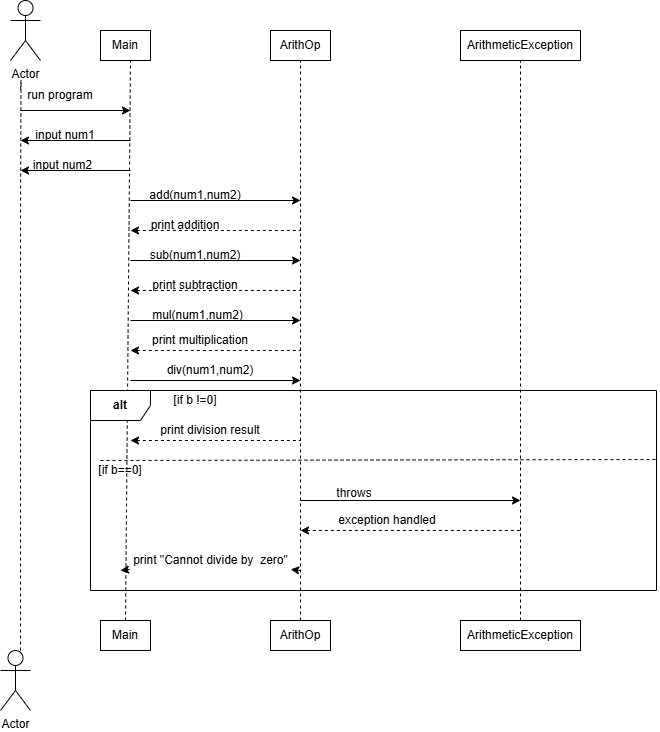
The draw.io diagram last 5.drawio.png in rajlaxmi8327/java--lab, before a commit. Source tidied: cells renumbered, new cells last; positions are measured from the earlier drawing's top-left corner, leaving out a move shared by most shapes.
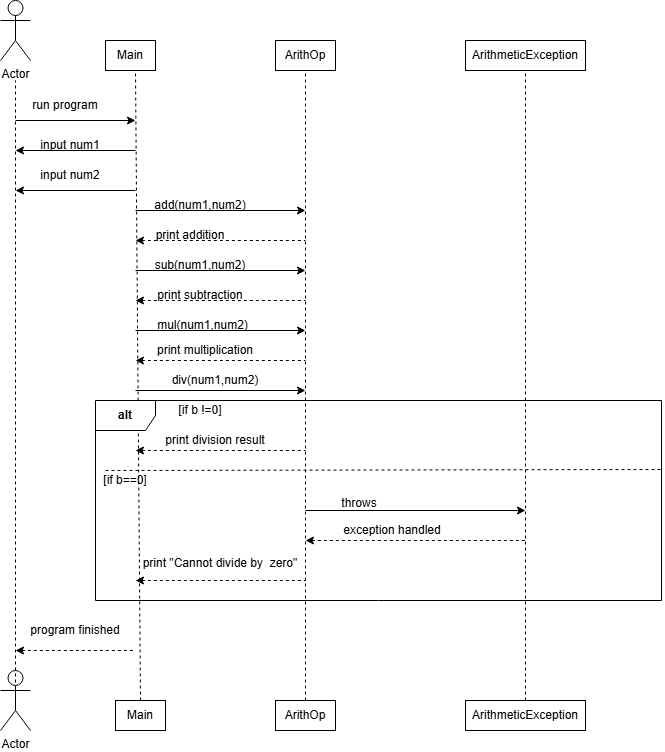
The same diagram one commit later.

Diff of the diagram source:
```diff
@@ -3,7 +3,7 @@
     <mxCell id="0" />
     <mxCell id="1" parent="0" />
     <mxCell id="2" value="Actor" style="shape=umlActor;verticalLabelPosition=bottom;verticalAlign=top;html=1;" parent="1" vertex="1">
-      <mxGeometry x="10" width="30" height="60" as="geometry" />
+      <mxGeometry x="-5" y="-10" width="30" height="60" as="geometry" />
     </mxCell>
     <mxCell id="3" value="Main" style="rounded=0;whiteSpace=wrap;html=1;" parent="1" vertex="1">
       <mxGeometry x="100" y="30" width="50" height="30" as="geometry" />
@@ -11,22 +11,12 @@
     <mxCell id="4" value="ArithOp" style="rounded=0;whiteSpace=wrap;html=1;" parent="1" vertex="1">
       <mxGeometry x="270" y="30" width="60" height="30" as="geometry" />
     </mxCell>
-    <mxCell id="5" style="endArrow=none;dashed=1;html=1;rounded=0;" parent="1" edge="1">
-      <mxGeometry relative="1" as="geometry">
-        <mxPoint x="20" y="650" as="sourcePoint" />
-        <mxPoint x="20" y="90" as="targetPoint" />
-        <Array as="points">
-          <mxPoint x="20" y="220" />
-          <mxPoint x="20.5" y="80" />
-        </Array>
-      </mxGeometry>
-    </mxCell>
     <mxCell id="6" value="run program" style="text;html=1;whiteSpace=wrap;strokeColor=none;fillColor=none;align=center;verticalAlign=middle;rounded=0;" parent="1" vertex="1">
       <mxGeometry x="20" y="80" width="80" height="30" as="geometry" />
     </mxCell>
     <mxCell id="7" style="endArrow=classic;html=1;rounded=0;" parent="1" edge="1">
       <mxGeometry relative="1" as="geometry">
-        <mxPoint x="20" y="110" as="sourcePoint" />
+        <mxPoint x="10" y="110" as="sourcePoint" />
         <mxPoint x="130" y="110" as="targetPoint" />
       </mxGeometry>
     </mxCell>
@@ -36,18 +26,9 @@
     <mxCell id="9" style="endArrow=classic;html=1;rounded=0;" parent="1" edge="1">
       <mxGeometry relative="1" as="geometry">
         <mxPoint x="130" y="140" as="sourcePoint" />
-        <mxPoint x="20" y="140" as="targetPoint" />
+        <mxPoint x="10" y="140" as="targetPoint" />
       </mxGeometry>
     </mxCell>
-    <mxCell id="10" value="input num2" style="text;html=1;whiteSpace=wrap;strokeColor=none;fillColor=none;align=center;verticalAlign=middle;rounded=0;" parent="1" vertex="1">
-      <mxGeometry x="25" y="150" width="75" height="30" as="geometry" />
-    </mxCell>
-    <mxCell id="11" style="endArrow=classic;html=1;rounded=0;" parent="1" edge="1">
-      <mxGeometry relative="1" as="geometry">
-        <mxPoint x="130" y="170" as="sourcePoint" />
-        <mxPoint x="20" y="170" as="targetPoint" />
-      </mxGeometry>
-    </mxCell>
     <mxCell id="12" style="endArrow=none;dashed=1;html=1;rounded=0;exitX=0.5;exitY=0;exitDx=0;exitDy=0;" parent="1" edge="1" source="35">
       <mxGeometry relative="1" as="geometry">
         <mxPoint x="130" y="60" as="targetPoint" />
@@ -116,10 +97,8 @@
     <mxCell id="26" value="div(num1,num2)" style="text;html=1;whiteSpace=wrap;strokeColor=none;fillColor=none;align=center;verticalAlign=middle;rounded=0;" parent="1" vertex="1">
       <mxGeometry x="150" y="360" width="120" height="20" as="geometry" />
     </mxCell>
-    <mxCell id="27" style="endArrow=none;dashed=1;html=1;rounded=0;entryX=0.5;entryY=1;entryDx=0;entryDy=0;" parent="1" edge="1" target="4">
-      <mxGeometry relative="1" as="geometry">
-        <mxPoint x="300" y="620" as="sourcePoint" />
-      </mxGeometry>
+    <mxCell id="27" style="endArrow=none;dashed=1;html=1;rounded=0;entryX=0.5;entryY=1;entryDx=0;entryDy=0;exitX=0.5;exitY=0;exitDx=0;exitDy=0;" parent="1" edge="1" source="34" target="4">
+      <mxGeometry relative="1" as="geometry" />
     </mxCell>
     <mxCell id="28" value="&lt;b&gt;alt&lt;/b&gt;" style="shape=umlFrame;whiteSpace=wrap;html=1;" parent="1" vertex="1">
       <mxGeometry x="90" y="390" width="566" height="200" as="geometry" />
@@ -145,10 +124,10 @@
       <mxGeometry x="90" y="460" width="60" height="20" as="geometry" />
     </mxCell>
     <mxCell id="34" value="ArithOp" style="rounded=0;whiteSpace=wrap;html=1;" parent="1" vertex="1">
-      <mxGeometry x="270" y="620" width="60" height="30" as="geometry" />
+      <mxGeometry x="270" y="690" width="60" height="30" as="geometry" />
     </mxCell>
     <mxCell id="35" value="Main" style="rounded=0;whiteSpace=wrap;html=1;" parent="1" vertex="1">
-      <mxGeometry x="100" y="620" width="50" height="30" as="geometry" />
+      <mxGeometry x="110" y="690" width="50" height="30" as="geometry" />
     </mxCell>
     <mxCell id="36" style="endArrow=none;dashed=1;html=1;rounded=0;exitX=0.5;exitY=0;exitDx=0;exitDy=0;" parent="1" edge="1" source="39">
       <mxGeometry relative="1" as="geometry">
@@ -156,7 +135,7 @@
       </mxGeometry>
     </mxCell>
     <mxCell id="37" value="ArithmeticException" style="rounded=0;whiteSpace=wrap;html=1;" parent="1" vertex="1">
-      <mxGeometry x="460" y="620" width="120" height="30" as="geometry" />
+      <mxGeometry x="460" y="690" width="120" height="30" as="geometry" />
     </mxCell>
     <mxCell id="38" style="endArrow=none;dashed=1;html=1;rounded=0;exitX=0.5;exitY=0;exitDx=0;exitDy=0;" parent="1" edge="1" source="37" target="39">
       <mxGeometry relative="1" as="geometry" />
@@ -182,21 +161,40 @@
     <mxCell id="43" value="exception handled" style="text;html=1;whiteSpace=wrap;strokeColor=none;fillColor=none;align=center;verticalAlign=middle;rounded=0;" parent="1" vertex="1">
       <mxGeometry x="314" y="505" width="146" height="30" as="geometry" />
     </mxCell>
-    <mxCell id="44" style="endArrow=none;dashed=1;html=1;rounded=0;startArrow=classic;startFill=1;" parent="1" edge="1" source="46">
-      <mxGeometry relative="1" as="geometry">
-        <mxPoint x="300" y="570" as="targetPoint" />
-      </mxGeometry>
-    </mxCell>
-    <mxCell id="45" style="endArrow=none;dashed=1;html=1;rounded=0;startArrow=classic;startFill=1;" parent="1" edge="1" target="46">
+    <mxCell id="45" style="endArrow=none;dashed=1;html=1;rounded=0;startArrow=classic;startFill=1;" parent="1" edge="1">
       <mxGeometry relative="1" as="geometry">
-        <mxPoint x="120" y="570" as="sourcePoint" />
+        <mxPoint x="130" y="570" as="sourcePoint" />
+        <mxPoint x="300" y="570" as="targetPoint" />
       </mxGeometry>
     </mxCell>
     <mxCell id="46" value="print &quot;Cannot divide by&amp;nbsp; zero&quot;" style="text;html=1;whiteSpace=wrap;strokeColor=none;fillColor=none;align=center;verticalAlign=middle;rounded=0;" parent="1" vertex="1">
-      <mxGeometry x="129.8" y="545" width="160.5" height="30" as="geometry" />
+      <mxGeometry x="135" y="535" width="160.2" height="35" as="geometry" />
     </mxCell>
     <mxCell id="47" value="Actor" style="shape=umlActor;verticalLabelPosition=bottom;verticalAlign=top;html=1;outlineConnect=0;" parent="1" vertex="1">
-      <mxGeometry y="650" width="30" height="60" as="geometry" />
+      <mxGeometry x="-5" y="660" width="30" height="60" as="geometry" />
     </mxCell>
+    <mxCell id="48" style="endArrow=none;dashed=1;html=1;rounded=0;exitX=0.5;exitY=0.5;exitDx=0;exitDy=0;exitPerimeter=0;" parent="1" edge="1" source="47">
+      <mxGeometry relative="1" as="geometry">
+        <mxPoint x="10" y="70" as="targetPoint" />
+      </mxGeometry>
+    </mxCell>
+    <mxCell id="49" style="endArrow=classic;html=1;rounded=0;" parent="1" edge="1">
+      <mxGeometry relative="1" as="geometry">
+        <mxPoint x="130" y="180" as="sourcePoint" />
+        <mxPoint x="10" y="180" as="targetPoint" />
+      </mxGeometry>
+    </mxCell>
+    <mxCell id="10" value="input num2" style="text;html=1;whiteSpace=wrap;strokeColor=none;fillColor=none;align=center;verticalAlign=middle;rounded=0;" parent="1" vertex="1">
+      <mxGeometry x="30" y="150" width="70" height="30" as="geometry" />
+    </mxCell>
+    <mxCell id="50" style="endArrow=none;dashed=1;html=1;rounded=0;startArrow=classic;startFill=1;" parent="1" edge="1">
+      <mxGeometry relative="1" as="geometry">
+        <mxPoint x="10" y="640" as="sourcePoint" />
+        <mxPoint x="130" y="640" as="targetPoint" />
+      </mxGeometry>
+    </mxCell>
+    <mxCell id="51" value="program finished" style="text;html=1;whiteSpace=wrap;strokeColor=none;fillColor=none;align=center;verticalAlign=middle;rounded=0;" parent="1" vertex="1">
+      <mxGeometry x="20" y="610" width="100" height="20" as="geometry" />
+    </mxCell>
   </root>
 </mxGraphModel>
```
